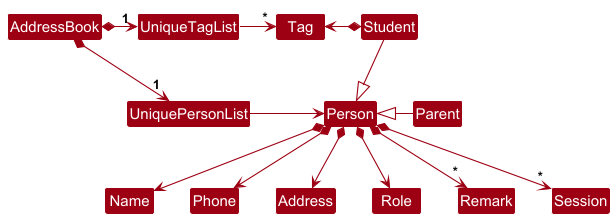
The PlantUML diagram docs/images/BetterModelClassDiagram.png in tgonet/tp, before a commit.
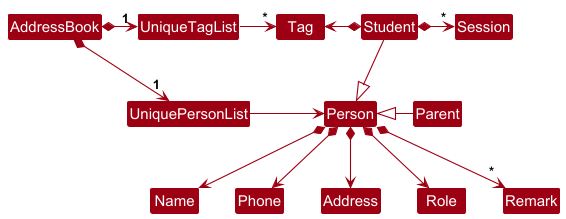
After the change.

Change to the diagram source:
```diff
@@ -20,7 +20,7 @@
 Person *--> Address
 Person *--> Role
 Person *--> "*" Remark
-Person *--> "*" Session
 
+Student *-right-> "*" Session
 Student *-left-> Tag
 @enduml
```
